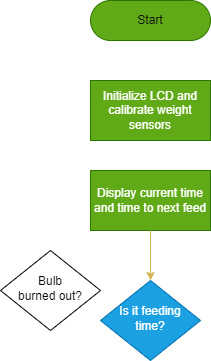
Earlier version of the draw.io export Photos/flowchart.png (Bernitarist/AUTOMATIC-FOOD-DISPENSER-FOR-PETS). Source tidied: cells renumbered, new cells last; positions are measured from the earlier drawing's top-left corner, leaving out a move shared by most shapes. Source of this version:
```xml
<mxGraphModel>
  <root>
    <mxCell id="0" />
    <mxCell id="1" parent="0" />
    <mxCell id="2" value="Bulb&lt;br&gt;burned out?" style="rhombus;whiteSpace=wrap;html=1;shadow=0;fontFamily=Helvetica;fontSize=12;align=center;strokeWidth=1;spacing=6;spacingTop=-4;" parent="1" vertex="1">
      <mxGeometry y="250" width="100" height="80" as="geometry" />
    </mxCell>
    <mxCell id="3" value="Initialize LCD and calibrate weight sensors" style="rounded=0;whiteSpace=wrap;html=1;fillColor=#60a917;fontColor=#ffffff;strokeColor=#2D7600;" parent="1" vertex="1">
      <mxGeometry x="90" y="80" width="120" height="60" as="geometry" />
    </mxCell>
    <mxCell id="4" value="Start" style="rounded=1;whiteSpace=wrap;html=1;arcSize=50;fillColor=#60a917;strokeColor=#2D7600;fontColor=#080808;" parent="1" vertex="1">
      <mxGeometry x="90" width="120" height="40" as="geometry" />
    </mxCell>
    <mxCell id="5" value="Is it feeding time?" style="rhombus;whiteSpace=wrap;html=1;shadow=0;fontFamily=Helvetica;fontSize=12;align=center;strokeWidth=1;spacing=6;spacingTop=-4;fillColor=#1ba1e2;fontColor=#ffffff;strokeColor=#006EAF;" parent="1" vertex="1">
      <mxGeometry x="100" y="280" width="100" height="80" as="geometry" />
    </mxCell>
    <mxCell id="6" value="Display current time&lt;br&gt;and time to next feed" style="rounded=0;whiteSpace=wrap;html=1;fillColor=#60a917;fontColor=#ffffff;strokeColor=#2D7600;" parent="1" vertex="1">
      <mxGeometry x="90" y="170" width="120" height="60" as="geometry" />
    </mxCell>
    <mxCell id="7" style="endArrow=classic;html=1;rounded=0;entryX=0.5;entryY=0;entryDx=0;entryDy=0;exitX=0.5;exitY=1;exitDx=0;exitDy=0;fillColor=#fff2cc;strokeColor=#d6b656;gradientColor=#ffd966;" parent="1" edge="1" source="6" target="5">
      <mxGeometry relative="1" as="geometry" />
    </mxCell>
  </root>
</mxGraphModel>
```
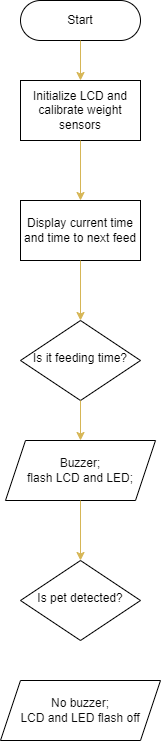
The same file after the commit.

Change to the diagram source:
```diff
@@ -2,23 +2,43 @@
   <root>
     <mxCell id="0" />
     <mxCell id="1" parent="0" />
-    <mxCell id="2" value="Bulb&lt;br&gt;burned out?" style="rhombus;whiteSpace=wrap;html=1;shadow=0;fontFamily=Helvetica;fontSize=12;align=center;strokeWidth=1;spacing=6;spacingTop=-4;" parent="1" vertex="1">
-      <mxGeometry y="250" width="100" height="80" as="geometry" />
+    <mxCell id="2" value="Is pet detected?" style="rhombus;whiteSpace=wrap;html=1;shadow=0;fontFamily=Helvetica;fontSize=12;align=center;strokeWidth=1;spacing=6;spacingTop=-4;" parent="1" vertex="1">
+      <mxGeometry x="90" y="560" width="120" height="80" as="geometry" />
     </mxCell>
-    <mxCell id="3" value="Initialize LCD and calibrate weight sensors" style="rounded=0;whiteSpace=wrap;html=1;fillColor=#60a917;fontColor=#ffffff;strokeColor=#2D7600;" parent="1" vertex="1">
+    <mxCell id="3" value="Initialize LCD and calibrate weight sensors" style="rounded=0;whiteSpace=wrap;html=1;" parent="1" vertex="1">
       <mxGeometry x="90" y="80" width="120" height="60" as="geometry" />
     </mxCell>
-    <mxCell id="4" value="Start" style="rounded=1;whiteSpace=wrap;html=1;arcSize=50;fillColor=#60a917;strokeColor=#2D7600;fontColor=#080808;" parent="1" vertex="1">
+    <mxCell id="4" value="Start" style="rounded=1;whiteSpace=wrap;html=1;arcSize=50;" parent="1" vertex="1">
       <mxGeometry x="90" width="120" height="40" as="geometry" />
     </mxCell>
-    <mxCell id="5" value="Is it feeding time?" style="rhombus;whiteSpace=wrap;html=1;shadow=0;fontFamily=Helvetica;fontSize=12;align=center;strokeWidth=1;spacing=6;spacingTop=-4;fillColor=#1ba1e2;fontColor=#ffffff;strokeColor=#006EAF;" parent="1" vertex="1">
-      <mxGeometry x="100" y="280" width="100" height="80" as="geometry" />
+    <mxCell id="5" value="Is it feeding time?" style="rhombus;whiteSpace=wrap;html=1;shadow=0;fontFamily=Helvetica;fontSize=12;align=center;strokeWidth=1;spacing=6;spacingTop=-4;" parent="1" vertex="1">
+      <mxGeometry x="90" y="320" width="120" height="80" as="geometry" />
     </mxCell>
-    <mxCell id="6" value="Display current time&lt;br&gt;and time to next feed" style="rounded=0;whiteSpace=wrap;html=1;fillColor=#60a917;fontColor=#ffffff;strokeColor=#2D7600;" parent="1" vertex="1">
-      <mxGeometry x="90" y="170" width="120" height="60" as="geometry" />
+    <mxCell id="6" value="Display current time&lt;br&gt;and time to next feed" style="rounded=0;whiteSpace=wrap;html=1;" parent="1" vertex="1">
+      <mxGeometry x="90" y="200" width="120" height="60" as="geometry" />
     </mxCell>
     <mxCell id="7" style="endArrow=classic;html=1;rounded=0;entryX=0.5;entryY=0;entryDx=0;entryDy=0;exitX=0.5;exitY=1;exitDx=0;exitDy=0;fillColor=#fff2cc;strokeColor=#d6b656;gradientColor=#ffd966;" parent="1" edge="1" source="6" target="5">
       <mxGeometry relative="1" as="geometry" />
     </mxCell>
+    <mxCell id="8" style="endArrow=classic;html=1;rounded=0;fontColor=#080808;exitX=0.5;exitY=1;exitDx=0;exitDy=0;fillColor=#fff2cc;gradientColor=#ffd966;strokeColor=#d6b656;entryX=0.5;entryY=0;entryDx=0;entryDy=0;" parent="1" edge="1" source="3" target="6">
+      <mxGeometry relative="1" as="geometry" />
+    </mxCell>
+    <mxCell id="9" style="endArrow=classic;html=1;rounded=0;fontColor=#080808;entryX=0.5;entryY=0;entryDx=0;entryDy=0;exitX=0.5;exitY=1;exitDx=0;exitDy=0;fillColor=#fff2cc;gradientColor=#ffd966;strokeColor=#d6b656;" parent="1" edge="1" source="4" target="3">
+      <mxGeometry relative="1" as="geometry" />
+    </mxCell>
+    <mxCell id="10" value="Buzzer;&lt;br&gt;flash LCD and LED;&lt;br&gt;" style="shape=parallelogram;perimeter=parallelogramPerimeter;whiteSpace=wrap;html=1;fixedSize=1;fontColor=#080808;" parent="1" vertex="1">
+      <mxGeometry x="75" y="440" width="150" height="60" as="geometry" />
+    </mxCell>
+    <mxCell id="11" style="endArrow=classic;html=1;rounded=0;fontColor=#080808;entryX=0.5;entryY=0;entryDx=0;entryDy=0;exitX=0.5;exitY=1;exitDx=0;exitDy=0;fillColor=#fff2cc;gradientColor=#ffd966;strokeColor=#d6b656;" parent="1" edge="1" source="5" target="10">
+      <mxGeometry relative="1" as="geometry" />
+    </mxCell>
+    <mxCell id="12" style="endArrow=classic;html=1;rounded=0;fontColor=#080808;exitX=0.5;exitY=1;exitDx=0;exitDy=0;fillColor=#fff2cc;gradientColor=#ffd966;strokeColor=#d6b656;" parent="1" edge="1" source="10">
+      <mxGeometry relative="1" as="geometry">
+        <mxPoint x="150" y="560" as="targetPoint" />
+      </mxGeometry>
+    </mxCell>
+    <mxCell id="13" value="No buzzer;&lt;br&gt;LCD and LED flash off" style="shape=parallelogram;perimeter=parallelogramPerimeter;whiteSpace=wrap;html=1;fixedSize=1;fontColor=#080808;" parent="1" vertex="1">
+      <mxGeometry x="70" y="680" width="160" height="60" as="geometry" />
+    </mxCell>
   </root>
 </mxGraphModel>
```
